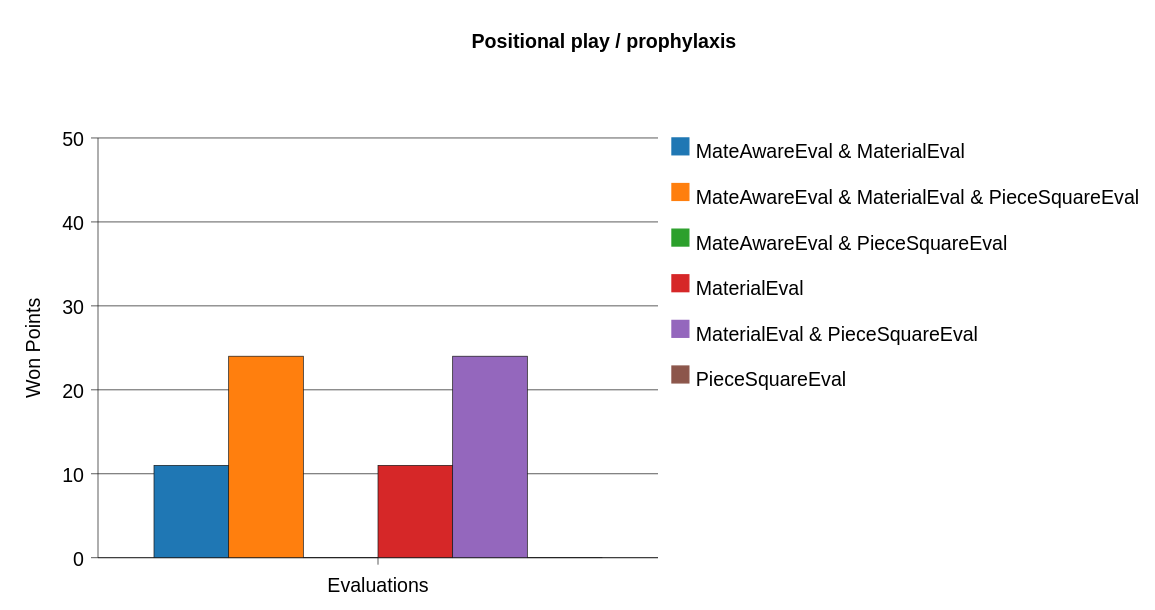
This is docs/evaluation/report/movequality/PositionalPlayProphylaxis.svg from l2c0r3/blobfish, a PlantUML export, as it was before one commit. The source it was exported from:
```plantuml
@startchart

title
Positional play / prophylaxis
end title

h-axis [ Evaluations ]
v-axis "Won Points" 0 --> 50.0 spacing 10.0 grid

bar "MateAwareEval & MaterialEval"[ 11.0 ] #1F77B4
bar "MateAwareEval & MaterialEval & PieceSquareEval"[ 24.0 ] #FF7F0E
bar "MateAwareEval & PieceSquareEval"[ 1.0E-5 ] #2CA02C
bar "MaterialEval"[ 11.0 ] #D62728
bar "MaterialEval & PieceSquareEval"[ 24.0 ] #9467BD
bar "PieceSquareEval"[ 1.0E-5 ] #8C564B

legend right
@endchart
```
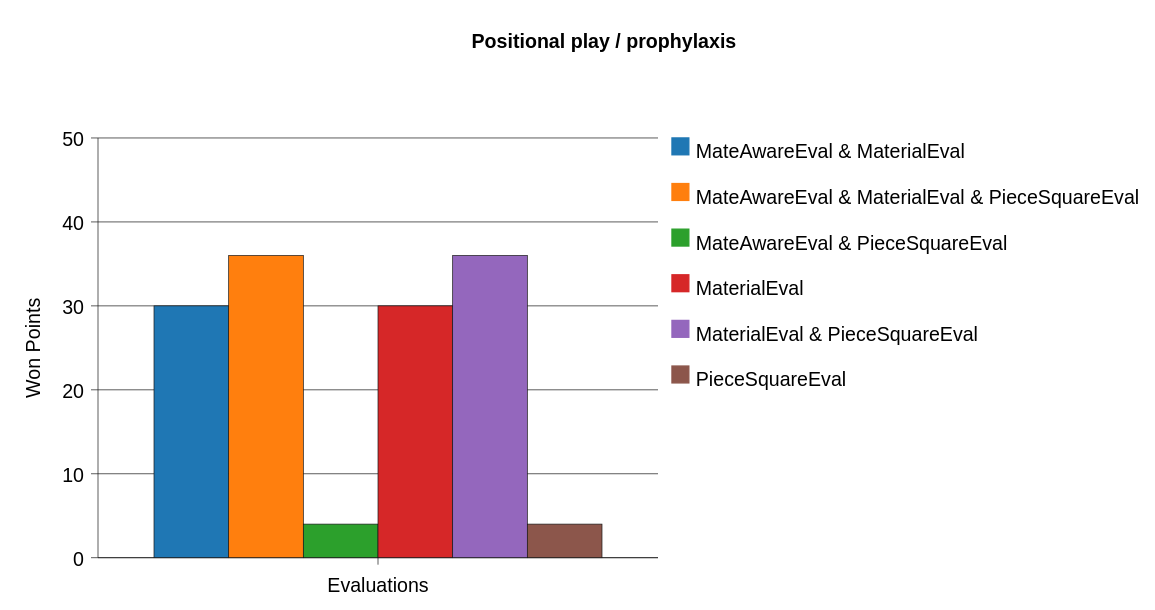
After the change.

What changed in the source:
```diff
@@ -7,12 +7,12 @@
 h-axis [ Evaluations ]
 v-axis "Won Points" 0 --> 50.0 spacing 10.0 grid
 
-bar "MateAwareEval & MaterialEval"[ 11.0 ] #1F77B4
-bar "MateAwareEval & MaterialEval & PieceSquareEval"[ 24.0 ] #FF7F0E
-bar "MateAwareEval & PieceSquareEval"[ 1.0E-5 ] #2CA02C
-bar "MaterialEval"[ 11.0 ] #D62728
-bar "MaterialEval & PieceSquareEval"[ 24.0 ] #9467BD
-bar "PieceSquareEval"[ 1.0E-5 ] #8C564B
+bar "MateAwareEval & MaterialEval"[ 30.0 ] #1F77B4
+bar "MateAwareEval & MaterialEval & PieceSquareEval"[ 36.0 ] #FF7F0E
+bar "MateAwareEval & PieceSquareEval"[ 4.0 ] #2CA02C
+bar "MaterialEval"[ 30.0 ] #D62728
+bar "MaterialEval & PieceSquareEval"[ 36.0 ] #9467BD
+bar "PieceSquareEval"[ 4.0 ] #8C564B
 
 legend right
 @endchart
```
